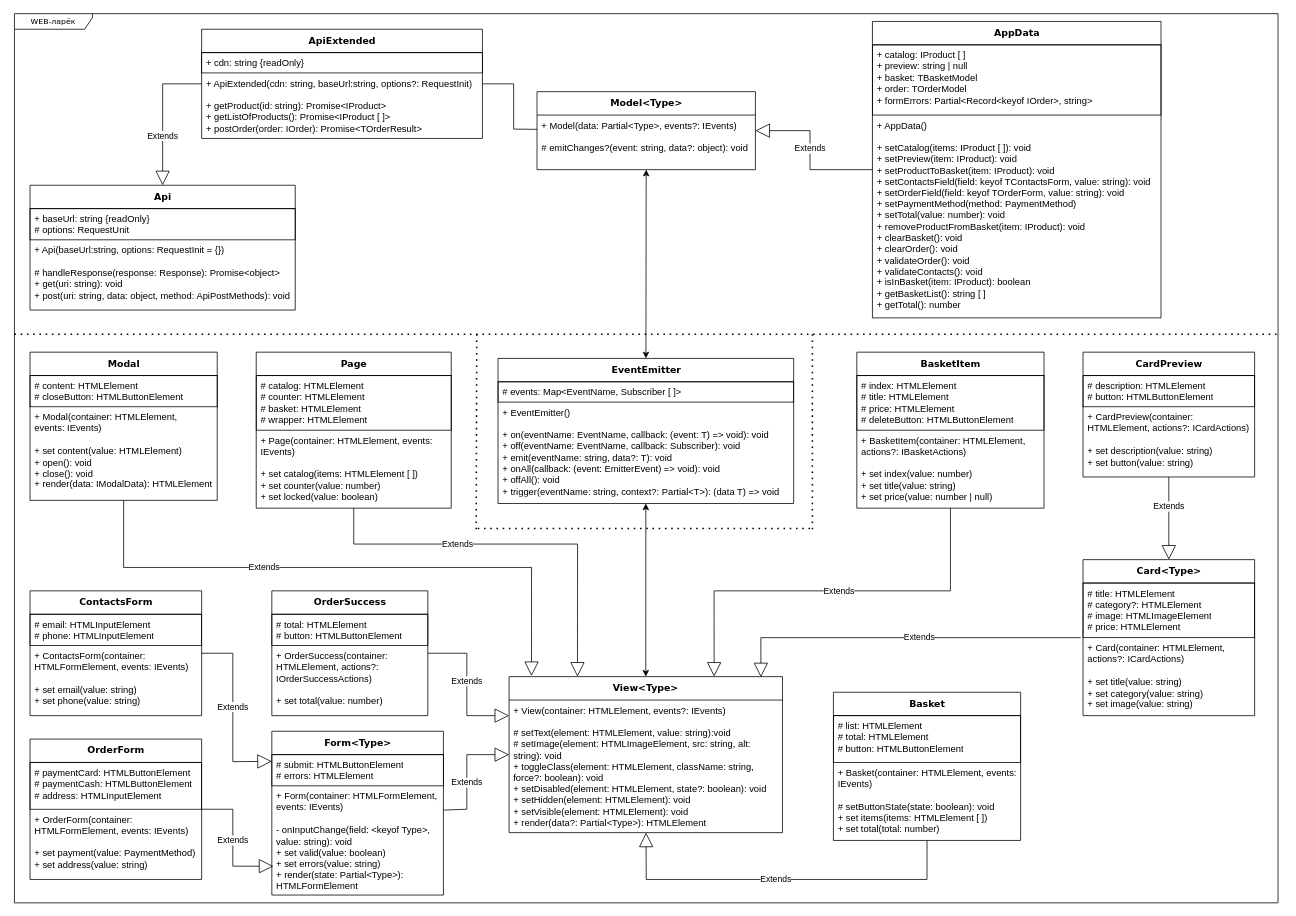
This is project-uml.drawio from Roman-Gaponov/web-larek-frontend, a draw.io file, before an edit. Source tidied: cells renumbered, new cells numbered last; positions are measured from the earlier drawing's top-left corner, leaving out a move shared by most shapes. Both pictures are drawn from the tidied source at 78%, with x=0, y=0 at pixel (14, 13).
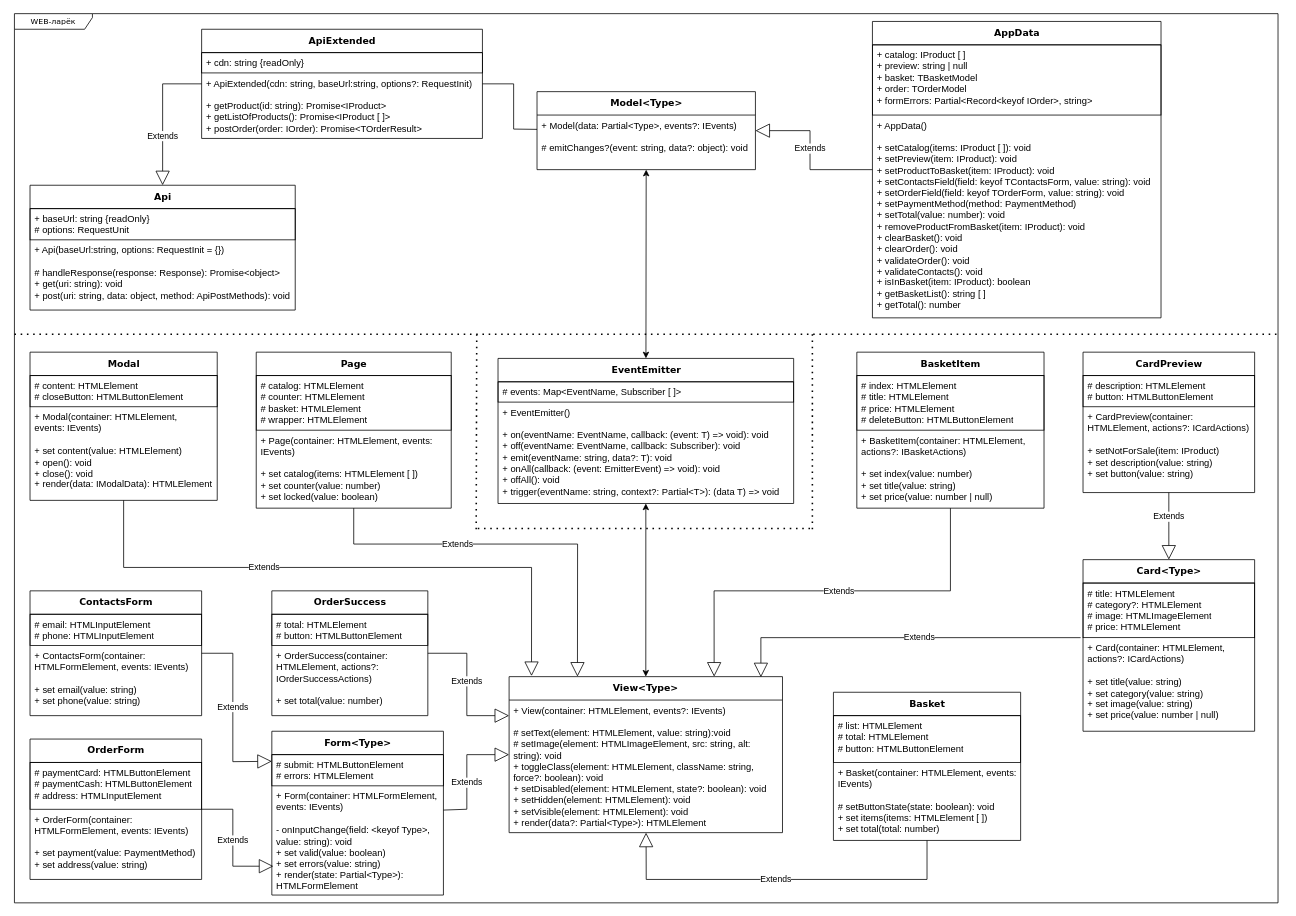
After the change.

What changed in the source:
```diff
@@
     <mxCell id="43" value="&lt;b&gt;&lt;font style=&quot;font-size: 12px;&quot;&gt;Card&amp;lt;Type&amp;gt;&lt;/font&gt;&lt;/b&gt;" style="swimlane;html=1;fontStyle=0;horizontal=1;startSize=30;fillColor=none;swimlaneFillColor=#ffffff;rounded=0;shadow=0;comic=0;labelBackgroundColor=none;strokeWidth=1;fontFamily=Verdana;fontSize=10;align=center;" parent="1" vertex="1">
-      <mxGeometry x="1370" y="700" width="220" height="200" as="geometry" />
+      <mxGeometry x="1370" y="700" width="220" height="220" as="geometry" />
     </mxCell>
@@
-    <mxCell id="45" value="&lt;div&gt;+ Card(&lt;span style=&quot;background-color: transparent; color: light-dark(rgb(0, 0, 0), rgb(255, 255, 255));&quot;&gt;container: HTMLElement, actions?: ICardActions&lt;/span&gt;&lt;span style=&quot;background-color: transparent; color: light-dark(rgb(0, 0, 0), rgb(255, 255, 255));&quot;&gt;)&lt;/span&gt;&lt;/div&gt;&lt;div&gt;&lt;br&gt;&lt;/div&gt;&lt;div&gt;+ set title(value: string)&lt;/div&gt;&lt;div&gt;+ set category(value: string)&lt;/div&gt;&lt;div&gt;+ set image(value: string)&lt;/div&gt;" style="text;html=1;strokeColor=none;fillColor=none;align=left;verticalAlign=top;spacingLeft=4;spacingRight=4;whiteSpace=wrap;overflow=hidden;" parent="43" vertex="1">
-      <mxGeometry y="100" width="220" height="100" as="geometry" />
+    <mxCell id="45" value="&lt;div&gt;+ Card(&lt;span style=&quot;background-color: transparent; color: light-dark(rgb(0, 0, 0), rgb(255, 255, 255));&quot;&gt;container: HTMLElement, actions?: ICardActions&lt;/span&gt;&lt;span style=&quot;background-color: transparent; color: light-dark(rgb(0, 0, 0), rgb(255, 255, 255));&quot;&gt;)&lt;/span&gt;&lt;/div&gt;&lt;div&gt;&lt;br&gt;&lt;/div&gt;&lt;div&gt;+ set title(value: string)&lt;/div&gt;&lt;div&gt;+ set category(value: string)&lt;/div&gt;&lt;div&gt;+ set image(value: string)&lt;/div&gt;&lt;div&gt;+ set price(value: number | null)&lt;/div&gt;" style="text;html=1;strokeColor=none;fillColor=none;align=left;verticalAlign=top;spacingLeft=4;spacingRight=4;whiteSpace=wrap;overflow=hidden;" parent="43" vertex="1">
+      <mxGeometry y="100" width="220" height="120" as="geometry" />
     </mxCell>
     <mxCell id="46" value="&lt;b&gt;&lt;font style=&quot;font-size: 12px;&quot;&gt;CardPreview&lt;/font&gt;&lt;/b&gt;" style="swimlane;html=1;fontStyle=0;horizontal=1;startSize=30;fillColor=none;swimlaneFillColor=#ffffff;rounded=0;shadow=0;comic=0;labelBackgroundColor=none;strokeWidth=1;fontFamily=Verdana;fontSize=10;align=center;" parent="1" vertex="1">
-      <mxGeometry x="1370" y="434" width="220" height="160" as="geometry" />
+      <mxGeometry x="1370" y="434" width="220" height="180" as="geometry" />
     </mxCell>
@@
-    <mxCell id="48" value="&lt;div&gt;+ CardPreview(&lt;span style=&quot;background-color: transparent; color: light-dark(rgb(0, 0, 0), rgb(255, 255, 255));&quot;&gt;container: HTMLElement, actions?: ICardActions&lt;/span&gt;&lt;span style=&quot;background-color: transparent; color: light-dark(rgb(0, 0, 0), rgb(255, 255, 255));&quot;&gt;)&lt;/span&gt;&lt;/div&gt;&lt;div&gt;&lt;br&gt;&lt;/div&gt;&lt;div&gt;+ set description(value: string)&lt;/div&gt;&lt;div&gt;+ set button(value: string)&lt;/div&gt;" style="text;html=1;strokeColor=none;fillColor=none;align=left;verticalAlign=top;spacingLeft=4;spacingRight=4;whiteSpace=wrap;overflow=hidden;" parent="46" vertex="1">
-      <mxGeometry y="70" width="220" height="90" as="geometry" />
+    <mxCell id="48" value="&lt;div&gt;+ CardPreview(&lt;span style=&quot;background-color: transparent; color: light-dark(rgb(0, 0, 0), rgb(255, 255, 255));&quot;&gt;container: HTMLElement, actions?: ICardActions&lt;/span&gt;&lt;span style=&quot;background-color: transparent; color: light-dark(rgb(0, 0, 0), rgb(255, 255, 255));&quot;&gt;)&lt;/span&gt;&lt;/div&gt;&lt;div&gt;&lt;br&gt;&lt;/div&gt;&lt;div&gt;+ setNotForSale(item: IProduct)&lt;/div&gt;&lt;div&gt;+ set description(value: string)&lt;/div&gt;&lt;div&gt;+ set button(value: string)&lt;/div&gt;" style="text;html=1;strokeColor=none;fillColor=none;align=left;verticalAlign=top;spacingLeft=4;spacingRight=4;whiteSpace=wrap;overflow=hidden;" parent="46" vertex="1">
+      <mxGeometry y="70" width="220" height="110" as="geometry" />
     </mxCell>
```
